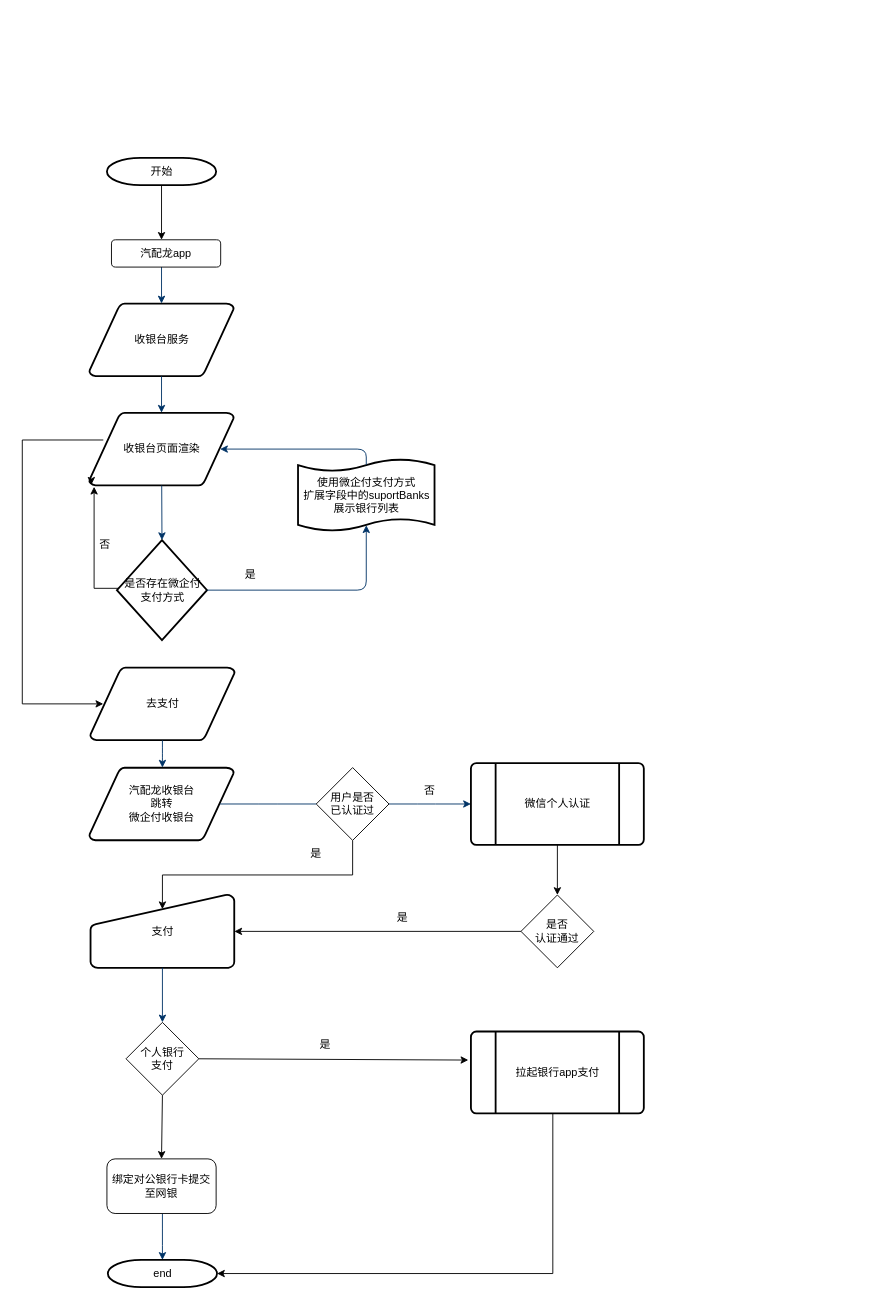
Above: 微企付流程图.drawio in lvluo-wang/draw (draw.io), before the change. Source tidied: cells renumbered, new cells numbered last; positions are measured from the earlier drawing's top-left corner, leaving out a move shared by most shapes. Both pictures are drawn from the tidied source at 91%, with x=0, y=0 at pixel (22, 157).
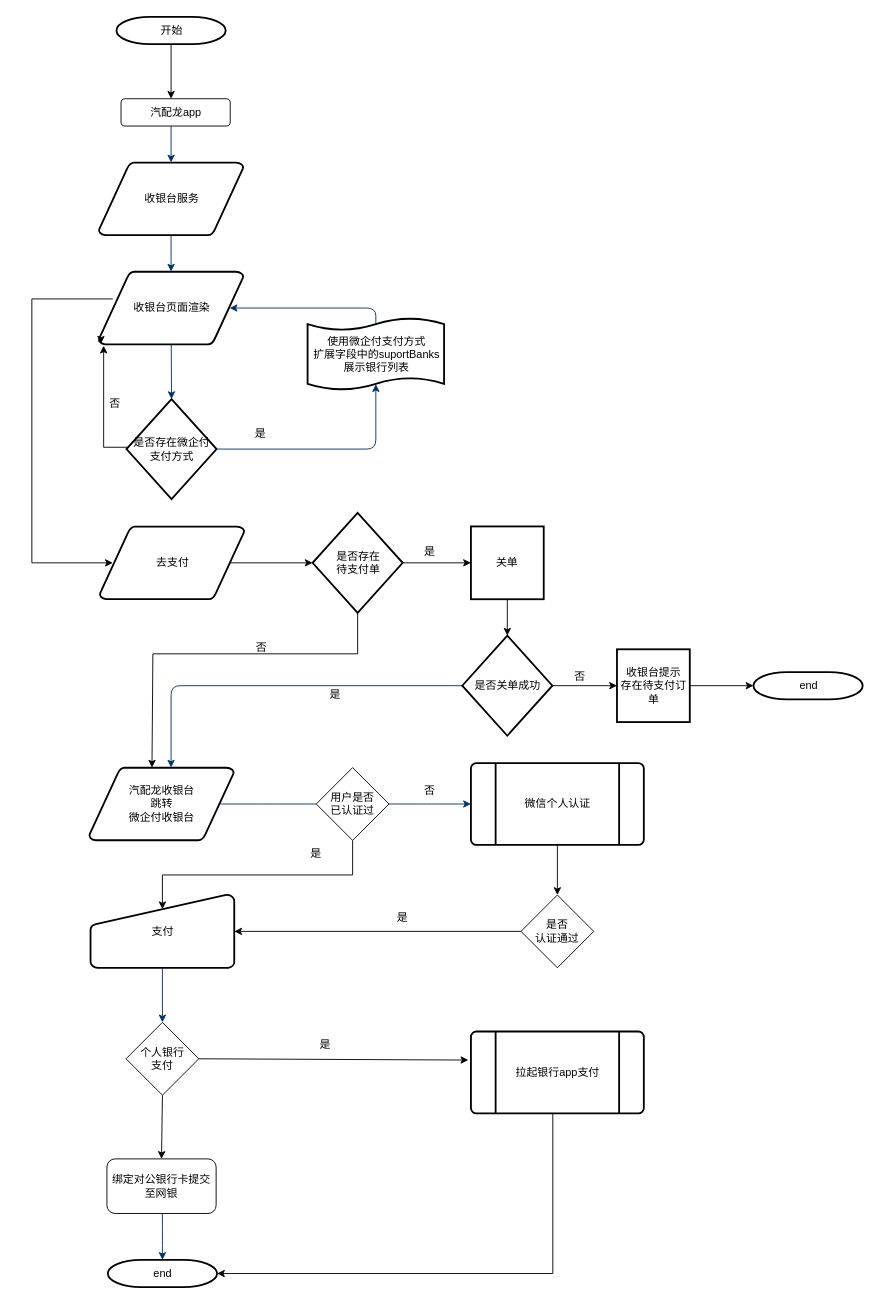
After the change.

Commit message:
更新微企付流程图.drawio

Unchanged cells that the change refers to:
```xml
<mxCell id="12" value="汽配龙收银台&lt;br&gt;跳转&lt;br&gt;微企付收银台" style="shape=mxgraph.flowchart.data;strokeWidth=2;gradientColor=none;gradientDirection=north;fontStyle=0;html=1;" parent="1" vertex="1">
  <mxGeometry x="73.5" y="670" width="159" height="80" as="geometry" />
</mxCell>
<mxCell id="15" value="微信个人认证" style="shape=mxgraph.flowchart.predefined_process;strokeWidth=2;gradientColor=none;gradientDirection=north;fontStyle=0;html=1;" parent="1" vertex="1">
  <mxGeometry x="493" y="665" width="190" height="90" as="geometry" />
</mxCell>
<mxCell id="17" value="支付" style="shape=mxgraph.flowchart.manual_input;strokeWidth=2;gradientColor=none;gradientDirection=north;fontStyle=0;html=1;" parent="1" vertex="1">
  <mxGeometry x="75" y="810" width="158" height="80" as="geometry" />
</mxCell>
<mxCell id="19" value="end" style="shape=mxgraph.flowchart.terminator;strokeWidth=2;gradientColor=none;gradientDirection=north;fontStyle=0;html=1;" parent="1" vertex="1">
  <mxGeometry x="94" y="1211" width="120" height="30" as="geometry" />
</mxCell>
<mxCell id="27" value="用户是否&lt;br&gt;已认证过" style="rhombus;whiteSpace=wrap;html=1;" parent="1" vertex="1">
  <mxGeometry x="323" y="670" width="80" height="80" as="geometry" />
</mxCell>
```

Change to the diagram source:
```diff
@@
     <mxCell id="2" value="收银台服务" style="shape=mxgraph.flowchart.data;strokeWidth=2;gradientColor=none;gradientDirection=north;fontStyle=0;html=1;" parent="1" vertex="1">
-      <mxGeometry x="73.5" y="160" width="159" height="80" as="geometry" />
+      <mxGeometry x="84" y="5" width="159" height="80" as="geometry" />
     </mxCell>
+    <mxCell id="44" style="edgeStyle=orthogonalEdgeStyle;rounded=0;jettySize=auto;html=1;exitX=0.905;exitY=0.5;exitDx=0;exitDy=0;exitPerimeter=0;" parent="1" edge="1" source="3" target="47">
+      <mxGeometry relative="1" as="geometry" />
+    </mxCell>
     <mxCell id="3" value="去支付" style="shape=mxgraph.flowchart.data;strokeWidth=2;gradientColor=none;gradientDirection=north;fontStyle=0;html=1;" parent="1" vertex="1">
-      <mxGeometry x="74.5" y="560" width="159" height="80" as="geometry" />
+      <mxGeometry x="85" y="405" width="159" height="80" as="geometry" />
     </mxCell>
     <mxCell id="4" value="收银台页面渲染" style="shape=mxgraph.flowchart.data;strokeWidth=2;gradientColor=none;gradientDirection=north;fontStyle=0;html=1;" parent="1" vertex="1">
-      <mxGeometry x="73.5" y="280" width="159" height="80" as="geometry" />
+      <mxGeometry x="84" y="125" width="159" height="80" as="geometry" />
     </mxCell>
     <mxCell id="5" style="edgeStyle=elbowEdgeStyle;rounded=0;orthogonalLoop=1;jettySize=auto;elbow=vertical;html=1;exitX=0;exitY=0.5;exitDx=0;exitDy=0;exitPerimeter=0;entryX=0.015;entryY=0.98;entryDx=0;entryDy=0;entryPerimeter=0;" parent="1" edge="1">
       <mxGeometry relative="1" as="geometry">
-        <mxPoint x="107" y="478" as="sourcePoint" />
-        <mxPoint x="78.9" y="361.4" as="targetPoint" />
+        <mxPoint x="117.5" y="323" as="sourcePoint" />
+        <mxPoint x="89.4" y="206.4" as="targetPoint" />
         <Array as="points">
-          <mxPoint x="86" y="473" />
+          <mxPoint x="96.5" y="318" />
         </Array>
       </mxGeometry>
     </mxCell>
     <mxCell id="6" value="是否存在微企付&lt;br&gt;支付方式" style="shape=mxgraph.flowchart.decision;strokeWidth=2;gradientColor=none;gradientDirection=north;fontStyle=0;html=1;" parent="1" vertex="1">
-      <mxGeometry x="104" y="420" width="99" height="110" as="geometry" />
+      <mxGeometry x="114.5" y="265" width="99" height="110" as="geometry" />
     </mxCell>
     <mxCell id="7" style="fontStyle=1;strokeColor=#003366;strokeWidth=1;html=1;" parent="1" edge="1" target="2">
       <mxGeometry relative="1" as="geometry">
-        <mxPoint x="153" y="120" as="sourcePoint" />
+        <mxPoint x="163.5" y="-35" as="sourcePoint" />
       </mxGeometry>
     </mxCell>
@@
     <mxCell id="10" style="edgeStyle=elbowEdgeStyle;elbow=horizontal;entryX=0.5;entryY=0.91;entryPerimeter=0;exitX=1;exitY=0.5;exitPerimeter=0;fontStyle=1;strokeColor=#003366;strokeWidth=1;html=1;" parent="1" edge="1" source="6" target="21">
       <mxGeometry x="381" y="28.5" as="geometry">
         <Array as="points">
-          <mxPoint x="378" y="430" />
+          <mxPoint x="388.5" y="275" />
         </Array>
       </mxGeometry>
     </mxCell>
     <mxCell id="11" value="是" style="text;fontStyle=0;html=1;strokeColor=none;gradientColor=none;fillColor=none;strokeWidth=2;" parent="1" vertex="1">
-      <mxGeometry x="243" y="444" width="40" height="26" as="geometry" />
+      <mxGeometry x="253.5" y="289" width="40" height="26" as="geometry" />
     </mxCell>
@@
-    <mxCell id="13" style="edgeStyle=elbowEdgeStyle;elbow=horizontal;fontStyle=1;strokeColor=#003366;strokeWidth=1;html=1;" parent="1" edge="1" source="3" target="12">
-      <mxGeometry as="geometry" />
+    <mxCell id="13" style="edgeStyle=elbowEdgeStyle;elbow=horizontal;fontStyle=1;strokeColor=#003366;strokeWidth=1;html=1;exitX=0;exitY=0.5;exitDx=0;exitDy=0;exitPerimeter=0;" parent="1" edge="1" source="51" target="12">
+      <mxGeometry as="geometry">
+        <Array as="points">
+          <mxPoint x="163.5" y="605" />
+          <mxPoint x="173.5" y="615" />
+        </Array>
+      </mxGeometry>
     </mxCell>
@@
     <mxCell id="16" style="edgeStyle=elbowEdgeStyle;elbow=horizontal;exitX=0.905;exitY=0.5;exitPerimeter=0;fontStyle=1;strokeColor=#003366;strokeWidth=1;html=1;startArrow=none;" parent="1" edge="1" source="27" target="15">
-      <mxGeometry as="geometry" />
+      <mxGeometry x="-10.5" y="155" as="geometry" />
     </mxCell>
@@
     <mxCell id="18" style="edgeStyle=elbowEdgeStyle;elbow=horizontal;exitX=0.5;exitY=1;exitPerimeter=0;fontStyle=1;strokeColor=#003366;strokeWidth=1;html=1;" parent="1" edge="1" source="17">
-      <mxGeometry as="geometry">
+      <mxGeometry x="-10.5" y="155" as="geometry">
         <mxPoint x="154.5" y="950" as="targetPoint" />
       </mxGeometry>
     </mxCell>
@@
     <mxCell id="20" style="edgeStyle=elbowEdgeStyle;elbow=vertical;exitX=0.5;exitY=1;exitPerimeter=0;entryX=0.5;entryY=0;entryPerimeter=0;fontStyle=1;strokeColor=#003366;strokeWidth=1;html=1;" parent="1" edge="1" target="19">
-      <mxGeometry x="1" y="-680" as="geometry">
+      <mxGeometry x="-9.5" y="-525" as="geometry">
         <mxPoint x="154" y="1160" as="sourcePoint" />
       </mxGeometry>
     </mxCell>
     <mxCell id="21" value="使用微企付支付方式&lt;br&gt;扩展字段中的suportBanks&lt;br&gt;展示银行列表" style="shape=mxgraph.flowchart.paper_tape;strokeWidth=2;gradientColor=none;gradientDirection=north;fontStyle=0;html=1;" parent="1" vertex="1">
-      <mxGeometry x="303" y="330" width="150" height="81" as="geometry" />
+      <mxGeometry x="313.5" y="175" width="150" height="81" as="geometry" />
     </mxCell>
     <mxCell id="22" style="edgeStyle=elbowEdgeStyle;elbow=horizontal;exitX=0.5;exitY=0.09;exitPerimeter=0;entryX=0.905;entryY=0.5;entryPerimeter=0;fontStyle=1;strokeColor=#003366;strokeWidth=1;html=1;" parent="1" edge="1" source="21" target="4">
       <mxGeometry as="geometry">
         <Array as="points">
-          <mxPoint x="378" y="330" />
+          <mxPoint x="388.5" y="175" />
         </Array>
       </mxGeometry>
     </mxCell>
     <mxCell id="23" style="endArrow=classic;html=1;rounded=0;edgeStyle=elbowEdgeStyle;" parent="1" edge="1">
       <mxGeometry relative="1" as="geometry">
-        <mxPoint x="89" y="310" as="sourcePoint" />
-        <mxPoint x="89" y="600" as="targetPoint" />
+        <mxPoint x="99.5" y="155" as="sourcePoint" />
+        <mxPoint x="99.5" y="445" as="targetPoint" />
         <Array as="points">
-          <mxPoint y="398" />
+          <mxPoint x="10.5" y="243" />
         </Array>
       </mxGeometry>
     </mxCell>
@@
     <mxCell id="25" value="否" style="text;fontStyle=0;html=1;strokeColor=none;gradientColor=none;fillColor=none;strokeWidth=2;" parent="1" vertex="1">
-      <mxGeometry x="83" y="411" width="40" height="26" as="geometry" />
+      <mxGeometry x="93.5" y="256" width="40" height="26" as="geometry" />
     </mxCell>
@@
     <mxCell id="28" style="edgeStyle=elbowEdgeStyle;elbow=horizontal;exitX=0.905;exitY=0.5;exitPerimeter=0;fontStyle=1;strokeColor=#003366;strokeWidth=1;html=1;endArrow=none;" parent="1" edge="1" source="12" target="27">
-      <mxGeometry as="geometry" />
+      <mxGeometry x="-10.5" y="155" as="geometry" />
     </mxCell>
@@
     <mxCell id="34" style="edgeStyle=none;rounded=0;jettySize=auto;html=1;exitX=0.5;exitY=1;exitDx=0;exitDy=0;exitPerimeter=0;entryX=0.5;entryY=0;entryDx=0;entryDy=0;entryPerimeter=0;elbow=vertical;" parent="1" edge="1" source="35">
       <mxGeometry relative="1" as="geometry">
-        <mxPoint x="153" y="90" as="targetPoint" />
+        <mxPoint x="163.5" y="-65" as="targetPoint" />
       </mxGeometry>
     </mxCell>
     <mxCell id="35" value="开始" style="shape=mxgraph.flowchart.terminator;strokeWidth=2;gradientColor=none;gradientDirection=north;fontStyle=0;html=1;" parent="1" vertex="1">
-      <mxGeometry x="93" width="120" height="30" as="geometry" />
+      <mxGeometry x="103.5" y="-155" width="120" height="30" as="geometry" />
     </mxCell>
     <mxCell id="36" value="汽配龙app" style="rounded=1;whiteSpace=wrap;html=1;" parent="1" vertex="1">
-      <mxGeometry x="98" y="90" width="120" height="30" as="geometry" />
+      <mxGeometry x="108.5" y="-65" width="120" height="30" as="geometry" />
     </mxCell>
@@
+    <mxCell id="45" style="edgeStyle=orthogonalEdgeStyle;rounded=0;jettySize=auto;html=1;" parent="1" edge="1" source="47" target="49">
+      <mxGeometry relative="1" as="geometry" />
+    </mxCell>
+    <mxCell id="46" style="edgeStyle=orthogonalEdgeStyle;rounded=0;jettySize=auto;html=1;entryX=0.434;entryY=0;entryDx=0;entryDy=0;entryPerimeter=0;" parent="1" edge="1" source="47" target="12">
+      <mxGeometry relative="1" as="geometry">
+        <Array as="points">
+          <mxPoint x="368.5" y="545" />
+          <mxPoint x="143.5" y="545" />
+        </Array>
+      </mxGeometry>
+    </mxCell>
+    <mxCell id="47" value="是否存在&lt;br&gt;待支付单" style="shape=mxgraph.flowchart.decision;strokeWidth=2;gradientColor=none;gradientDirection=north;fontStyle=0;html=1;" parent="1" vertex="1">
+      <mxGeometry x="319" y="390" width="99" height="110" as="geometry" />
+    </mxCell>
+    <mxCell id="48" style="edgeStyle=orthogonalEdgeStyle;rounded=0;jettySize=auto;html=1;" parent="1" edge="1" source="49" target="51">
+      <mxGeometry relative="1" as="geometry" />
+    </mxCell>
+    <mxCell id="49" value="关单" style="whiteSpace=wrap;html=1;strokeWidth=2;" parent="1" vertex="1">
+      <mxGeometry x="493" y="405" width="80" height="80" as="geometry" />
+    </mxCell>
+    <mxCell id="50" style="edgeStyle=orthogonalEdgeStyle;rounded=0;jettySize=auto;html=1;" parent="1" edge="1" source="51" target="53">
+      <mxGeometry relative="1" as="geometry" />
+    </mxCell>
+    <mxCell id="51" value="是否关单成功" style="shape=mxgraph.flowchart.decision;strokeWidth=2;gradientColor=none;gradientDirection=north;fontStyle=0;html=1;" parent="1" vertex="1">
+      <mxGeometry x="483.5" y="525" width="99" height="110" as="geometry" />
+    </mxCell>
+    <mxCell id="52" style="edgeStyle=orthogonalEdgeStyle;rounded=0;jettySize=auto;html=1;" parent="1" edge="1" source="53" target="54">
+      <mxGeometry relative="1" as="geometry" />
+    </mxCell>
+    <mxCell id="53" value="收银台提示&lt;br&gt;存在待支付订单" style="whiteSpace=wrap;html=1;strokeWidth=2;" parent="1" vertex="1">
+      <mxGeometry x="653.5" y="540" width="80" height="80" as="geometry" />
+    </mxCell>
+    <mxCell id="54" value="end" style="shape=mxgraph.flowchart.terminator;strokeWidth=2;gradientColor=none;gradientDirection=north;fontStyle=0;html=1;" parent="1" vertex="1">
+      <mxGeometry x="803.5" y="565" width="120" height="30" as="geometry" />
+    </mxCell>
+    <mxCell id="55" value="否" style="text;html=1;strokeColor=none;fillColor=none;align=center;verticalAlign=middle;whiteSpace=wrap;rounded=0;" parent="1" vertex="1">
+      <mxGeometry x="582.5" y="555" width="60" height="30" as="geometry" />
+    </mxCell>
+    <mxCell id="56" value="是" style="text;html=1;strokeColor=none;fillColor=none;align=center;verticalAlign=middle;whiteSpace=wrap;rounded=0;" parent="1" vertex="1">
+      <mxGeometry x="313.5" y="585" width="60" height="10" as="geometry" />
+    </mxCell>
+    <mxCell id="57" value="是" style="text;html=1;strokeColor=none;fillColor=none;align=center;verticalAlign=middle;whiteSpace=wrap;rounded=0;" parent="1" vertex="1">
+      <mxGeometry x="418" y="418" width="60" height="30" as="geometry" />
+    </mxCell>
+    <mxCell id="58" value="否" style="text;html=1;strokeColor=none;fillColor=none;align=center;verticalAlign=middle;whiteSpace=wrap;rounded=0;" parent="1" vertex="1">
+      <mxGeometry x="232.5" y="523" width="60" height="30" as="geometry" />
+    </mxCell>
```
